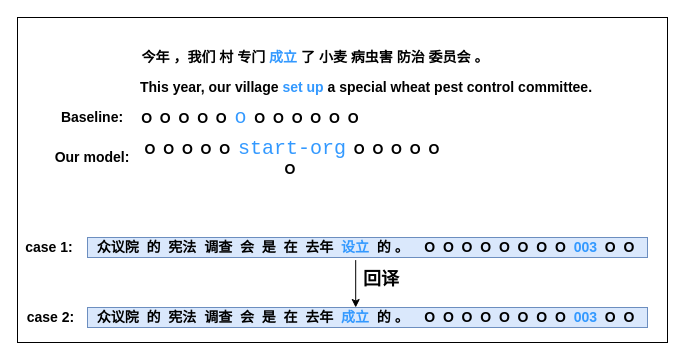
The draw.io diagram text_trigger.drawio in gitofding/first_repository, before the edit. Source tidied: cells renumbered, new cells numbered last; positions are measured from the earlier drawing's top-left corner, leaving out a move shared by most shapes. Both pictures are drawn from the tidied source at 100%, with x=0, y=0 at pixel (17, 17).
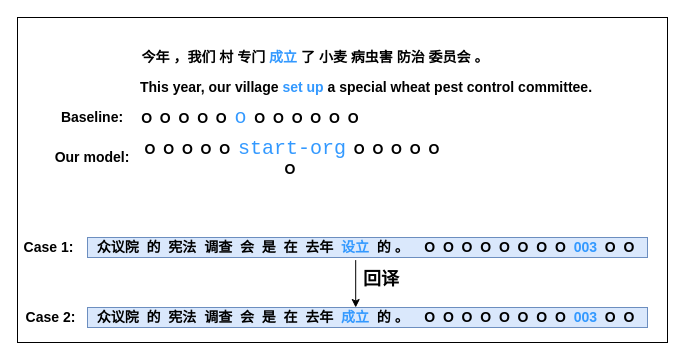
The same diagram, later.

Diff of the diagram source:
```diff
@@
 <mxGraphModel>
   <root>
     <mxCell id="0" />
     <mxCell id="1" parent="0" />
     <mxCell id="2" style="rounded=0;whiteSpace=wrap;html=1;" parent="1" vertex="1">
       <mxGeometry width="650" height="325" as="geometry" />
     </mxCell>
     <mxCell id="3" value="&lt;span style=&quot;text-align: left&quot;&gt;&lt;font style=&quot;font-size: 14px&quot;&gt;&lt;b&gt;今年 ，我们 村 专门&amp;nbsp;&lt;font color=&quot;#3399ff&quot;&gt;成立&amp;nbsp;&lt;/font&gt;了 小麦 病虫害 防治 委员会 。&lt;/b&gt;&lt;/font&gt;&lt;/span&gt;" style="text;html=1;align=center;verticalAlign=middle;whiteSpace=wrap;rounded=0;" parent="1" vertex="1">
       <mxGeometry x="118" y="30" width="360" height="20" as="geometry" />
     </mxCell>
     <mxCell id="4" value="&lt;b style=&quot;font-size: 14px&quot;&gt;&lt;span&gt;&amp;nbsp;&lt;/span&gt;&amp;nbsp;O&amp;nbsp; O&amp;nbsp; O&amp;nbsp; O&amp;nbsp; O&amp;nbsp; &lt;/b&gt;&lt;font face=&quot;consolas, monospace&quot; color=&quot;#3399ff&quot;&gt;&lt;span style=&quot;font-size: 20px ; background-color: rgb(255 , 255 , 255)&quot;&gt;o&lt;/span&gt;&lt;/font&gt;&lt;b style=&quot;font-size: 14px&quot;&gt;&amp;nbsp; O&amp;nbsp; O&amp;nbsp; O&amp;nbsp; O&amp;nbsp;&amp;nbsp;&lt;/b&gt;&lt;b style=&quot;font-size: 14px&quot;&gt;O&amp;nbsp; O&lt;/b&gt;" style="text;html=1;align=center;verticalAlign=middle;whiteSpace=wrap;rounded=0;" parent="1" vertex="1">
       <mxGeometry x="111" y="90" width="236" height="20" as="geometry" />
     </mxCell>
     <mxCell id="5" value="&lt;span style=&quot;font-size: 14px&quot;&gt;&lt;b&gt;&lt;span&gt;&amp;nbsp;&lt;/span&gt;&amp;nbsp;O&amp;nbsp; O&amp;nbsp; O&amp;nbsp; O&amp;nbsp; O&amp;nbsp;&amp;nbsp;&lt;/b&gt;&lt;/span&gt;&lt;span style=&quot;background-color: rgb(255 , 255 , 255) ; font-family: &amp;#34;consolas&amp;#34; , monospace ; font-size: 15pt&quot;&gt;&lt;font color=&quot;#3399ff&quot;&gt;start-org&lt;/font&gt;&lt;/span&gt;&lt;b style=&quot;font-size: 14px&quot;&gt;&amp;nbsp; O&amp;nbsp; O&amp;nbsp; O&amp;nbsp; O&amp;nbsp;&amp;nbsp;&lt;/b&gt;&lt;b style=&quot;font-size: 14px&quot;&gt;O&amp;nbsp; O&lt;/b&gt;" style="text;html=1;align=center;verticalAlign=middle;whiteSpace=wrap;rounded=0;" parent="1" vertex="1">
       <mxGeometry x="113" y="130" width="320" height="20" as="geometry" />
     </mxCell>
     <mxCell id="6" value="&lt;b style=&quot;font-size: 14px&quot;&gt;众议院&amp;nbsp; 的&amp;nbsp; 宪法&amp;nbsp; 调查&amp;nbsp; 会&amp;nbsp; 是&amp;nbsp; 在&amp;nbsp; 去年&amp;nbsp; &lt;font color=&quot;#3399ff&quot;&gt;成立&lt;/font&gt;&lt;font color=&quot;#6666ff&quot;&gt;&amp;nbsp;&lt;/font&gt; 的 。&amp;nbsp;&amp;nbsp;&amp;nbsp; O&amp;nbsp; O&amp;nbsp; O&amp;nbsp; O&amp;nbsp; O&amp;nbsp; O&amp;nbsp; O&amp;nbsp; O&amp;nbsp;&amp;nbsp;&lt;font color=&quot;#3399ff&quot;&gt;003&lt;/font&gt;&lt;font color=&quot;#6666ff&quot;&gt;&amp;nbsp;&lt;/font&gt; O&amp;nbsp; O&amp;nbsp;&lt;/b&gt;" style="text;html=1;align=center;verticalAlign=middle;strokeColor=#6c8ebf;fillColor=#dae8fc;" parent="1" vertex="1">
       <mxGeometry x="70" y="290" width="560" height="20" as="geometry" />
     </mxCell>
     <mxCell id="7" value="&lt;b style=&quot;font-size: 14px&quot;&gt;众议院&amp;nbsp; 的&amp;nbsp; 宪法&amp;nbsp; 调查&amp;nbsp; 会&amp;nbsp; 是&amp;nbsp; 在&amp;nbsp; 去年&amp;nbsp; &lt;font color=&quot;#3399ff&quot;&gt;设立&lt;/font&gt;&lt;font color=&quot;#6666ff&quot;&gt;&amp;nbsp;&lt;/font&gt; 的 。&amp;nbsp;&amp;nbsp;&amp;nbsp; O&amp;nbsp; O&amp;nbsp; O&amp;nbsp; O&amp;nbsp; O&amp;nbsp; O&amp;nbsp; O&amp;nbsp; O&amp;nbsp;&amp;nbsp;&lt;font color=&quot;#3399ff&quot;&gt;003&lt;/font&gt;&lt;font color=&quot;#6666ff&quot;&gt;&amp;nbsp;&lt;/font&gt; O&amp;nbsp; O&amp;nbsp;&lt;/b&gt;" style="text;html=1;align=center;verticalAlign=middle;strokeColor=#6c8ebf;fillColor=#dae8fc;" parent="1" vertex="1">
       <mxGeometry x="70" y="220" width="560" height="20" as="geometry" />
     </mxCell>
     <mxCell id="8" value="&lt;font style=&quot;font-size: 14px&quot;&gt;&lt;b&gt;Baseline:&lt;/b&gt;&lt;/font&gt;" style="text;html=1;strokeColor=none;fillColor=none;align=center;verticalAlign=middle;whiteSpace=wrap;rounded=0;" parent="1" vertex="1">
       <mxGeometry x="40" y="90" width="70" height="20" as="geometry" />
     </mxCell>
     <mxCell id="9" value="&lt;font style=&quot;font-size: 14px&quot;&gt;&lt;b&gt;Our model:&lt;/b&gt;&lt;/font&gt;" style="text;html=1;strokeColor=none;fillColor=none;align=center;verticalAlign=middle;whiteSpace=wrap;rounded=0;" parent="1" vertex="1">
       <mxGeometry x="35" y="122.5" width="80" height="35" as="geometry" />
     </mxCell>
     <mxCell id="10" style="endArrow=classic;html=1;exitX=0.461;exitY=1.13;exitDx=0;exitDy=0;exitPerimeter=0;entryX=0.461;entryY=0;entryDx=0;entryDy=0;entryPerimeter=0;" parent="1" edge="1">
       <mxGeometry relative="1" as="geometry">
         <mxPoint x="338.2" y="242.6" as="sourcePoint" />
         <mxPoint x="338.2" y="290" as="targetPoint" />
       </mxGeometry>
     </mxCell>
     <mxCell id="11" value="&lt;font style=&quot;font-size: 18px&quot;&gt;&lt;b&gt;回译&lt;/b&gt;&lt;/font&gt;" style="text;html=1;align=center;verticalAlign=middle;whiteSpace=wrap;rounded=0;" parent="1" vertex="1">
       <mxGeometry x="344" y="252" width="40" height="20" as="geometry" />
     </mxCell>
     <mxCell id="12" value="&lt;span style=&quot;font-size: 14px&quot;&gt;&lt;b&gt;This year, our village &lt;font color=&quot;#3399ff&quot;&gt;set up&lt;/font&gt; a special wheat pest control committee.&lt;/b&gt;&lt;/span&gt;" style="text;html=1;strokeColor=none;fillColor=none;align=center;verticalAlign=middle;whiteSpace=wrap;rounded=0;" parent="1" vertex="1">
       <mxGeometry x="92" y="60" width="513.5" height="20" as="geometry" />
     </mxCell>
-    <mxCell id="13" value="&lt;font style=&quot;font-size: 14px&quot;&gt;&lt;b&gt;case 1:&lt;/b&gt;&lt;/font&gt;" style="text;html=1;strokeColor=none;fillColor=none;align=center;verticalAlign=middle;whiteSpace=wrap;rounded=0;" parent="1" vertex="1">
-      <mxGeometry x="7" y="220" width="50" height="20" as="geometry" />
+    <mxCell id="13" value="&lt;font style=&quot;font-size: 14px&quot;&gt;&lt;b&gt;Case 1:&lt;/b&gt;&lt;/font&gt;" style="text;html=1;strokeColor=none;fillColor=none;align=center;verticalAlign=middle;whiteSpace=wrap;rounded=0;" parent="1" vertex="1">
+      <mxGeometry y="220" width="63" height="20" as="geometry" />
     </mxCell>
-    <mxCell id="14" value="&lt;b style=&quot;font-size: 14px&quot;&gt;case 2:&lt;/b&gt;" style="text;html=1;strokeColor=none;fillColor=none;align=center;verticalAlign=middle;whiteSpace=wrap;rounded=0;" parent="1" vertex="1">
+    <mxCell id="14" value="&lt;b style=&quot;font-size: 14px&quot;&gt;Case 2:&lt;/b&gt;" style="text;html=1;strokeColor=none;fillColor=none;align=center;verticalAlign=middle;whiteSpace=wrap;rounded=0;" parent="1" vertex="1">
       <mxGeometry x="7" y="290" width="53" height="20" as="geometry" />
     </mxCell>
   </root>
 </mxGraphModel>
```
